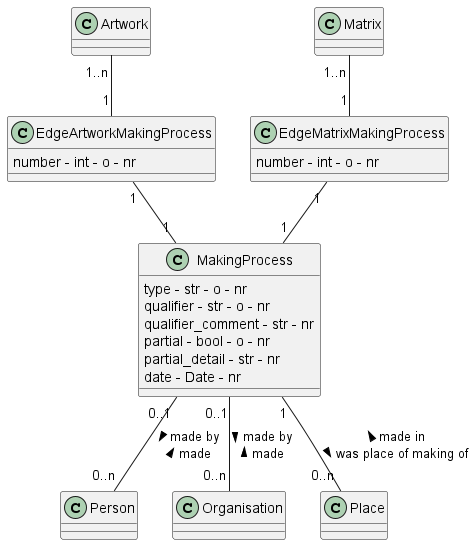
tmasch/bpf_be keeps this PlantUML diagram as documentation/class_diagrams/MakingProcess.png. Above is the earlier version.
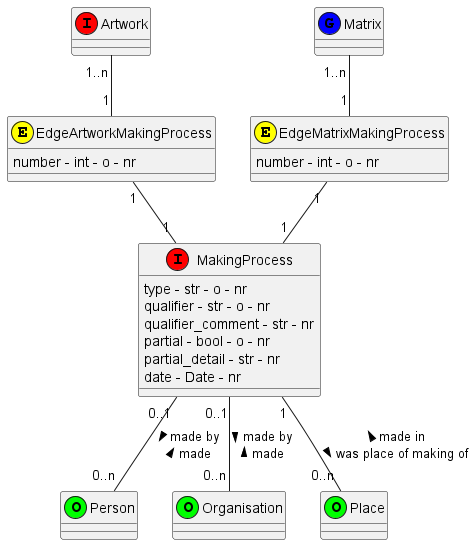
Above is the later version.

What changed in the source:
```diff
@@ -1,5 +1,5 @@
 @startuml
-class MakingProcess
+class MakingProcess <<(I,red)>>
 MakingProcess : type - str - o - nr
 MakingProcess : qualifier - str - o - nr
 MakingProcess : qualifier_comment - str - nr
@@ -7,20 +7,20 @@
 MakingProcess : partial_detail - str - nr
 MakingProcess : date - Date - nr
 
-class Person
+class Person <<(O,lime)>>
 
-class Organisation
+class Organisation <<(O,lime)>>
 
-class Place
+class Place <<(O,lime)>>
 
-class Artwork
+class Artwork <<(I,red)>>
 
-class Matrix
+class Matrix <<(G,blue)>>
 
-class EdgeArtworkMakingProcess
+class EdgeArtworkMakingProcess <<(E,yellow)>>
 EdgeArtworkMakingProcess : number - int - o - nr
 
-class EdgeMatrixMakingProcess
+class EdgeMatrixMakingProcess <<(E,yellow)>>
 EdgeMatrixMakingProcess : number - int - o - nr
 
 
```
